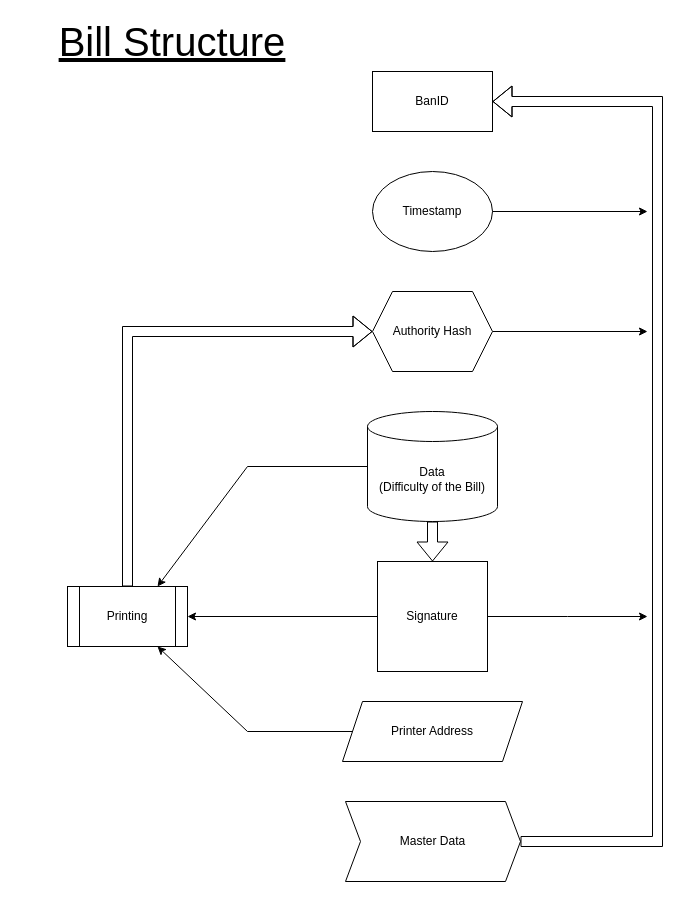
This is page "Bill Structure" (1 of 2) of Structure Diagrams.drawio from LPbigFish/E-KOR, a draw.io file, before an edit. Source tidied: cells renumbered, new cells numbered last; positions are measured from the earlier drawing's top-left corner, leaving out a move shared by most shapes. Both pictures are drawn from the tidied source at 100%, with x=0, y=0 at pixel (17, 21).
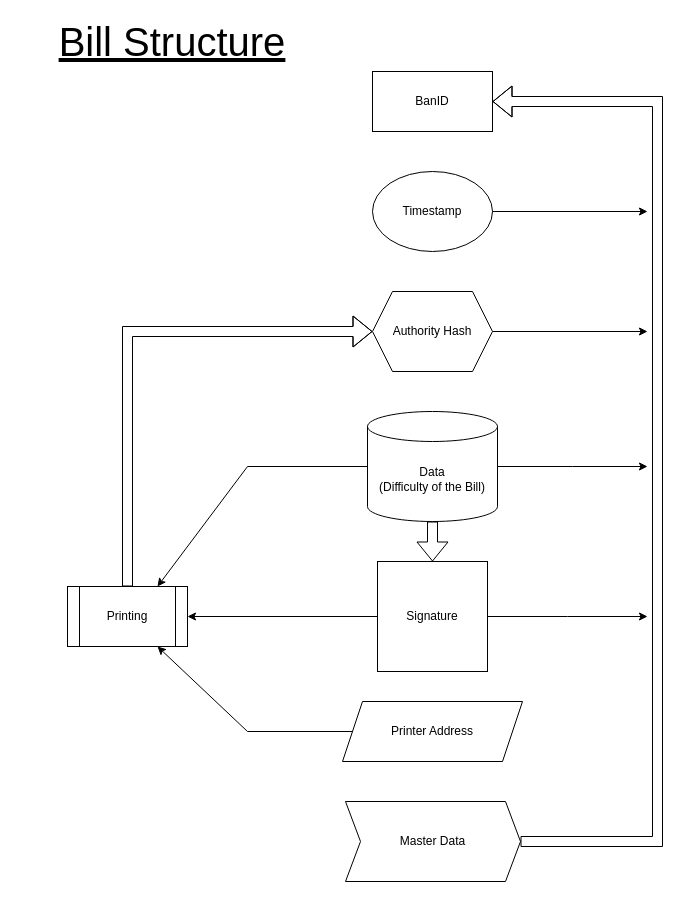
The same page after the edit.

Unchanged cells that the change refers to:
```xml
<mxCell id="7" value="Data&lt;br&gt;(Difficulty of the Bill)" style="shape=cylinder3;whiteSpace=wrap;html=1;boundedLbl=1;backgroundOutline=1;size=15;" parent="1" vertex="1">
  <mxGeometry x="350" y="390" width="130" height="110" as="geometry" />
</mxCell>
```

Change to the diagram source:
```diff
@@
+    <mxCell id="21" style="edgeStyle=orthogonalEdgeStyle;rounded=0;jettySize=auto;html=1;" parent="1" edge="1" source="7">
+      <mxGeometry relative="1" as="geometry">
+        <mxPoint x="630" y="445" as="targetPoint" />
+      </mxGeometry>
+    </mxCell>
```
